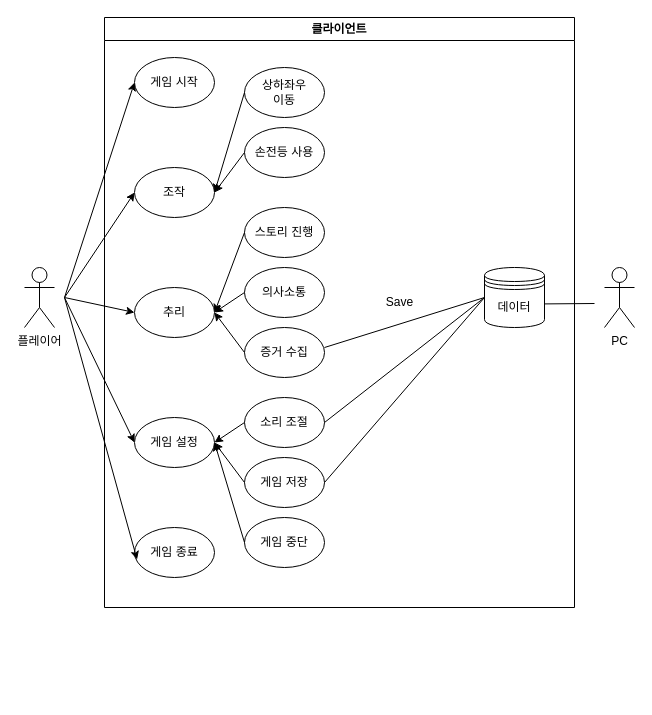
Above: self_destruction.drawio in doyeonghyun/drawio (draw.io), before the change. Source tidied: cells renumbered, new cells numbered last; positions are measured from the earlier drawing's top-left corner, leaving out a move shared by most shapes. Both pictures are drawn from the tidied source at 100%, with x=0, y=0 at pixel (24, 17).
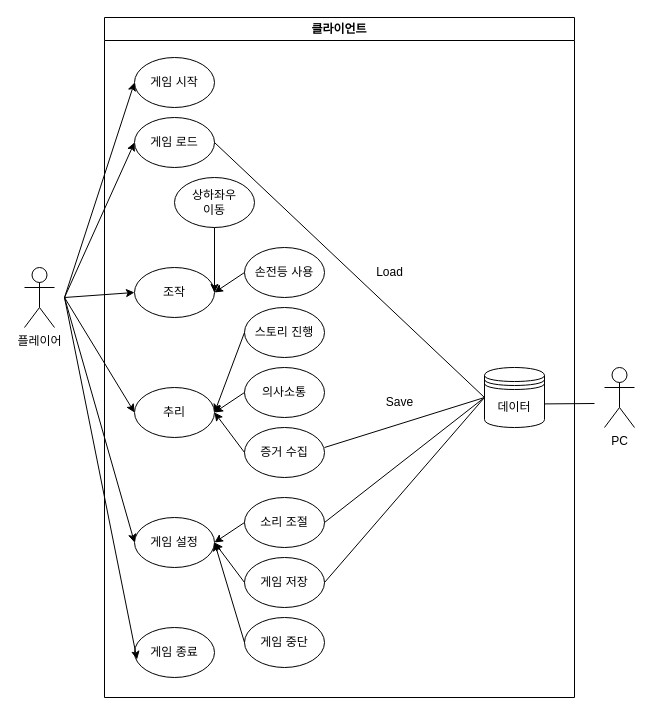
The same diagram, later.

Change to the diagram source:
```diff
@@
     <mxCell id="2" value="클라이언트" style="swimlane;whiteSpace=wrap;html=1;" parent="1" vertex="1">
-      <mxGeometry x="80" width="470" height="590" as="geometry" />
+      <mxGeometry x="80" width="470" height="680" as="geometry" />
     </mxCell>
@@
     <mxCell id="4" value="게임 종료" style="ellipse;whiteSpace=wrap;html=1;" parent="2" vertex="1">
-      <mxGeometry x="30" y="510" width="80" height="50" as="geometry" />
+      <mxGeometry x="30" y="610" width="80" height="50" as="geometry" />
     </mxCell>
     <mxCell id="5" value="조작" style="ellipse;whiteSpace=wrap;html=1;" parent="2" vertex="1">
-      <mxGeometry x="30" y="150" width="80" height="50" as="geometry" />
+      <mxGeometry x="30" y="250" width="80" height="50" as="geometry" />
     </mxCell>
     <mxCell id="6" value="추리" style="ellipse;whiteSpace=wrap;html=1;" parent="2" vertex="1">
-      <mxGeometry x="30" y="270" width="80" height="50" as="geometry" />
+      <mxGeometry x="30" y="370" width="80" height="50" as="geometry" />
     </mxCell>
     <mxCell id="7" value="게임 설정" style="ellipse;whiteSpace=wrap;html=1;" parent="2" vertex="1">
-      <mxGeometry x="30" y="400" width="80" height="50" as="geometry" />
+      <mxGeometry x="30" y="500" width="80" height="50" as="geometry" />
     </mxCell>
     <mxCell id="8" value="상하좌우&lt;div&gt;&lt;span style=&quot;background-color: initial;&quot;&gt;이동&lt;/span&gt;&lt;/div&gt;" style="ellipse;whiteSpace=wrap;html=1;" parent="2" vertex="1">
-      <mxGeometry x="140" y="50" width="80" height="50" as="geometry" />
+      <mxGeometry x="70" y="160" width="80" height="50" as="geometry" />
     </mxCell>
     <mxCell id="9" value="손전등&amp;nbsp;&lt;span style=&quot;background-color: initial;&quot;&gt;사용&lt;/span&gt;" style="ellipse;whiteSpace=wrap;html=1;" parent="2" vertex="1">
-      <mxGeometry x="140" y="110" width="80" height="50" as="geometry" />
+      <mxGeometry x="140" y="230" width="80" height="50" as="geometry" />
     </mxCell>
     <mxCell id="10" value="의사소통" style="ellipse;whiteSpace=wrap;html=1;" parent="2" vertex="1">
-      <mxGeometry x="140" y="250" width="80" height="50" as="geometry" />
+      <mxGeometry x="140" y="350" width="80" height="50" as="geometry" />
     </mxCell>
     <mxCell id="11" value="스토리 진행" style="ellipse;whiteSpace=wrap;html=1;" parent="2" vertex="1">
-      <mxGeometry x="140" y="190" width="80" height="50" as="geometry" />
+      <mxGeometry x="140" y="290" width="80" height="50" as="geometry" />
     </mxCell>
     <mxCell id="12" value="소리 조절" style="ellipse;whiteSpace=wrap;html=1;" parent="2" vertex="1">
-      <mxGeometry x="140" y="380" width="80" height="50" as="geometry" />
+      <mxGeometry x="140" y="480" width="80" height="50" as="geometry" />
     </mxCell>
     <mxCell id="13" value="게임 저장" style="ellipse;whiteSpace=wrap;html=1;" parent="2" vertex="1">
-      <mxGeometry x="140" y="440" width="80" height="50" as="geometry" />
+      <mxGeometry x="140" y="540" width="80" height="50" as="geometry" />
     </mxCell>
     <mxCell id="14" value="게임 중단" style="ellipse;whiteSpace=wrap;html=1;" parent="2" vertex="1">
-      <mxGeometry x="140" y="500" width="80" height="50" as="geometry" />
+      <mxGeometry x="140" y="600" width="80" height="50" as="geometry" />
     </mxCell>
     <mxCell id="15" value="증거 수집" style="ellipse;whiteSpace=wrap;html=1;" parent="2" vertex="1">
-      <mxGeometry x="140" y="310" width="80" height="50" as="geometry" />
+      <mxGeometry x="140" y="410" width="80" height="50" as="geometry" />
     </mxCell>
-    <mxCell id="16" style="endArrow=classic;html=1;rounded=0;entryX=1;entryY=0.5;entryDx=0;entryDy=0;exitX=0;exitY=0.5;exitDx=0;exitDy=0;" parent="2" edge="1" source="8" target="5">
+    <mxCell id="16" style="endArrow=classic;html=1;rounded=0;entryX=1;entryY=0.5;entryDx=0;entryDy=0;exitX=0.5;exitY=1;exitDx=0;exitDy=0;" parent="2" edge="1" source="8" target="5">
       <mxGeometry relative="1" as="geometry" />
     </mxCell>
@@
     <mxCell id="24" value="데이터" style="shape=datastore;whiteSpace=wrap;html=1;" parent="2" vertex="1">
-      <mxGeometry x="380" y="250" width="60" height="60" as="geometry" />
+      <mxGeometry x="380" y="350" width="60" height="60" as="geometry" />
     </mxCell>
@@
     <mxCell id="27" value="Save" style="text;html=1;align=center;verticalAlign=middle;strokeColor=none;fillColor=none;" parent="2" vertex="1">
-      <mxGeometry x="270" y="270" width="50" height="30" as="geometry" />
+      <mxGeometry x="270" y="370" width="50" height="30" as="geometry" />
     </mxCell>
+    <mxCell id="37" value="게임 로드" style="ellipse;whiteSpace=wrap;html=1;" parent="2" vertex="1">
+      <mxGeometry x="30" y="100" width="80" height="50" as="geometry" />
+    </mxCell>
+    <mxCell id="38" value="Load" style="text;html=1;align=center;verticalAlign=middle;strokeColor=none;fillColor=none;" parent="2" vertex="1">
+      <mxGeometry x="260" y="240" width="50" height="30" as="geometry" />
+    </mxCell>
@@
     <mxCell id="34" style="endArrow=none;html=1;rounded=0;entryX=0;entryY=0.5;entryDx=0;entryDy=0;" parent="1" edge="1" target="24">
       <mxGeometry relative="1" as="geometry">
-        <mxPoint x="300" y="330" as="sourcePoint" />
+        <mxPoint x="300" y="430" as="sourcePoint" />
       </mxGeometry>
     </mxCell>
     <mxCell id="35" value="PC" style="shape=umlActor;verticalLabelPosition=bottom;verticalAlign=top;html=1;" parent="1" vertex="1">
-      <mxGeometry x="580" y="250" width="30" height="60" as="geometry" />
+      <mxGeometry x="580" y="350" width="30" height="60" as="geometry" />
     </mxCell>
     <mxCell id="36" style="endArrow=none;html=1;rounded=0;exitX=0.996;exitY=0.607;exitDx=0;exitDy=0;exitPerimeter=0;" parent="1" edge="1" source="24">
       <mxGeometry relative="1" as="geometry">
-        <mxPoint x="570" y="286" as="targetPoint" />
+        <mxPoint x="570" y="386" as="targetPoint" />
       </mxGeometry>
     </mxCell>
+    <mxCell id="39" style="endArrow=classic;html=1;rounded=0;entryX=0;entryY=0.5;entryDx=0;entryDy=0;" parent="1" edge="1" target="37">
+      <mxGeometry relative="1" as="geometry">
+        <mxPoint x="40" y="280" as="sourcePoint" />
+      </mxGeometry>
+    </mxCell>
+    <mxCell id="40" style="endArrow=none;html=1;rounded=0;exitX=1;exitY=0.5;exitDx=0;exitDy=0;" parent="1" edge="1" source="37">
+      <mxGeometry relative="1" as="geometry">
+        <mxPoint x="460" y="380" as="targetPoint" />
+      </mxGeometry>
+    </mxCell>
```
